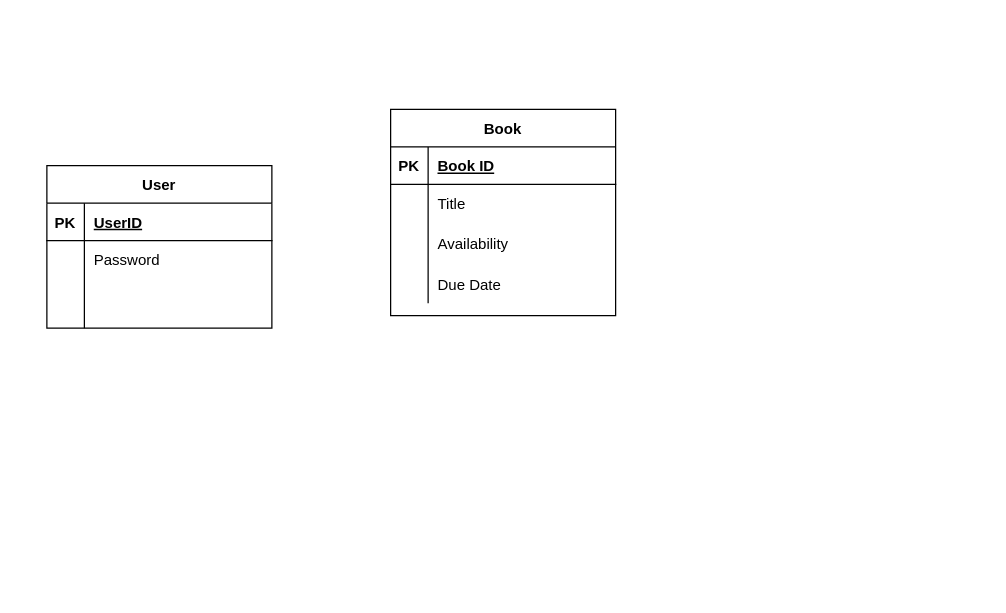
Above: page "Page-2" (2 of 3) of Untitled Diagram.drawio in kevinmingtarja/bt2102-ILS (draw.io), before the change. Source tidied: cells renumbered, new cells numbered last; positions are measured from the earlier drawing's top-left corner, leaving out a move shared by most shapes. Both pictures are drawn from the tidied source at 125%, with x=0, y=0 at pixel (46, 109).
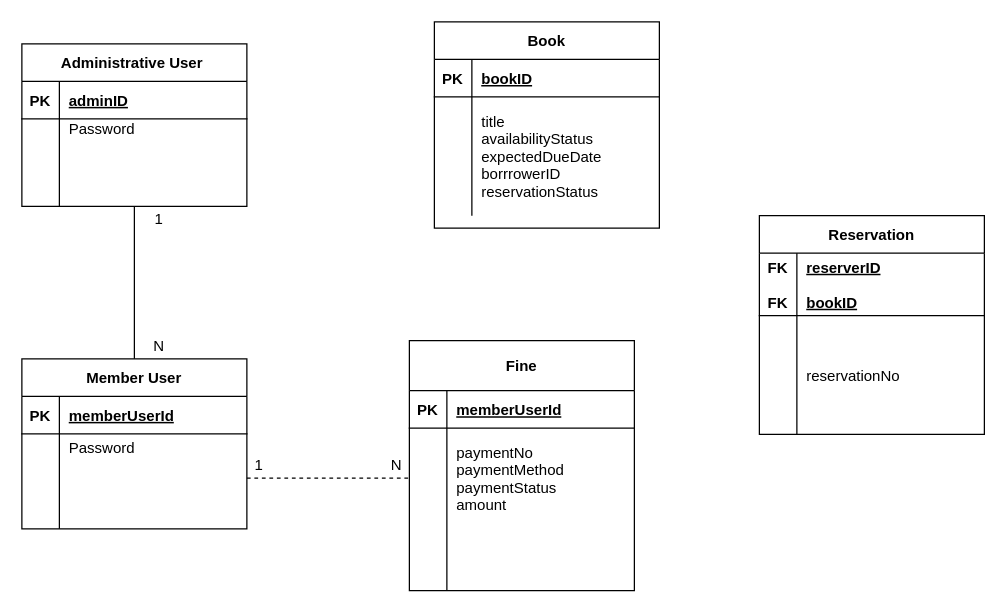
After the change.

The change refers to these unchanged cells:
```xml
<mxCell id="3" style="shape=partialRectangle;fillColor=none;top=0;left=0;bottom=1;right=0;" parent="2" vertex="1">
  <mxGeometry y="30" width="180" height="30" as="geometry" />
</mxCell>
<mxCell id="6" style="shape=partialRectangle;fillColor=none;top=0;left=0;bottom=0;right=0;" parent="2" vertex="1">
  <mxGeometry y="60" width="180" height="30" as="geometry" />
</mxCell>
<mxCell id="12" style="shape=partialRectangle;fillColor=none;top=0;left=0;bottom=0;right=0;points=[[0,0.5],[1,0.5]];portConstraint=eastwest;" parent="2" vertex="1">
  <mxGeometry y="110" width="180" height="20" as="geometry" />
</mxCell>
<mxCell id="16" style="shape=partialRectangle;fillColor=none;top=0;left=0;bottom=1;right=0;" parent="15" vertex="1">
  <mxGeometry y="30" width="180" height="30" as="geometry" />
</mxCell>
```

What changed in the source:
```diff
@@
-    <mxCell id="2" value="User" style="shape=table;startSize=30;childLayout=tableLayout;rowLines=0;fontStyle=1;align=center;" parent="1" vertex="1">
-      <mxGeometry y="45" width="180" height="130" as="geometry" />
+    <mxCell id="2" value="Administrative User " style="shape=table;startSize=30;childLayout=tableLayout;rowLines=0;fontStyle=1;align=center;" parent="1" vertex="1">
+      <mxGeometry x="-20" y="-52.5" width="180" height="130" as="geometry" />
     </mxCell>
@@
-    <mxCell id="5" value="UserID" style="shape=partialRectangle;fillColor=none;top=0;left=0;bottom=0;right=0;align=left;spacingLeft=6;fontStyle=5;overflow=hidden;" parent="3" vertex="1">
+    <mxCell id="5" value="adminID" style="shape=partialRectangle;fillColor=none;top=0;left=0;bottom=0;right=0;align=left;spacingLeft=6;fontStyle=5;overflow=hidden;" parent="3" vertex="1">
       <mxGeometry x="30" width="150" height="30" as="geometry" />
     </mxCell>
@@
-    <mxCell id="8" value="Password" style="shape=partialRectangle;fillColor=none;top=0;left=0;bottom=0;right=0;align=left;spacingLeft=6;overflow=hidden;" parent="6" vertex="1">
+    <mxCell id="8" value="Password&#10;" style="shape=partialRectangle;fillColor=none;top=0;left=0;bottom=0;right=0;align=left;spacingLeft=6;overflow=hidden;" parent="6" vertex="1">
       <mxGeometry x="30" width="150" height="30" as="geometry" />
     </mxCell>
@@
     <mxCell id="15" value="Book" style="shape=table;startSize=30;childLayout=tableLayout;rowLines=0;fontStyle=1;align=center;" parent="1" vertex="1">
-      <mxGeometry x="275" width="180" height="165" as="geometry" />
+      <mxGeometry x="310" y="-70" width="180" height="165" as="geometry" />
     </mxCell>
@@
-    <mxCell id="18" value="Book ID" style="shape=partialRectangle;fillColor=none;top=0;left=0;bottom=0;right=0;align=left;spacingLeft=6;fontStyle=5;overflow=hidden;" parent="16" vertex="1">
+    <mxCell id="18" value="bookID" style="shape=partialRectangle;fillColor=none;top=0;left=0;bottom=0;right=0;align=left;spacingLeft=6;fontStyle=5;overflow=hidden;" parent="16" vertex="1">
       <mxGeometry x="30" width="150" height="30" as="geometry" />
     </mxCell>
     <mxCell id="19" style="shape=partialRectangle;fillColor=none;top=0;left=0;bottom=0;right=0;" parent="15" vertex="1">
-      <mxGeometry y="60" width="180" height="30" as="geometry" />
+      <mxGeometry y="60" width="180" height="95" as="geometry" />
     </mxCell>
     <mxCell id="20" style="shape=partialRectangle;fillColor=none;top=0;left=0;bottom=0;right=0;overflow=hidden;" parent="19" vertex="1">
-      <mxGeometry width="30" height="30" as="geometry" />
+      <mxGeometry width="30" height="95" as="geometry" />
     </mxCell>
-    <mxCell id="21" value="Title" style="shape=partialRectangle;fillColor=none;top=0;left=0;bottom=0;right=0;align=left;spacingLeft=6;overflow=hidden;" parent="19" vertex="1">
-      <mxGeometry x="30" width="150" height="30" as="geometry" />
+    <mxCell id="21" value="title&#10;availabilityStatus&#10;expectedDueDate&#10;borrrowerID &#10;reservationStatus" style="shape=partialRectangle;fillColor=none;top=0;left=0;bottom=0;right=0;align=left;spacingLeft=6;overflow=hidden;shadow=1;" parent="19" vertex="1">
+      <mxGeometry x="30" width="150" height="95" as="geometry" />
     </mxCell>
-    <mxCell id="22" style="shape=partialRectangle;fillColor=none;top=0;left=0;bottom=0;right=0;" parent="15" vertex="1">
-      <mxGeometry y="90" width="180" height="35" as="geometry" />
-    </mxCell>
-    <mxCell id="23" style="shape=partialRectangle;fillColor=none;top=0;left=0;bottom=0;right=0;overflow=hidden;" parent="22" vertex="1">
-      <mxGeometry width="30" height="35" as="geometry" />
-    </mxCell>
-    <mxCell id="24" value="Availability" style="shape=partialRectangle;fillColor=none;top=0;left=0;bottom=0;right=0;align=left;spacingLeft=6;overflow=hidden;" parent="22" vertex="1">
-      <mxGeometry x="30" width="150" height="35" as="geometry" />
-    </mxCell>
-    <mxCell id="25" style="shape=partialRectangle;fillColor=none;top=0;left=0;bottom=0;right=0;" parent="15" vertex="1">
-      <mxGeometry y="125" width="180" height="30" as="geometry" />
-    </mxCell>
+    <mxCell id="28" value="Fine" style="shape=table;startSize=40;childLayout=tableLayout;rowLines=0;fontStyle=1;align=center;" parent="1" vertex="1">
+      <mxGeometry x="290" y="185" width="180" height="200" as="geometry" />
+    </mxCell>
+    <mxCell id="29" style="shape=partialRectangle;fillColor=none;top=0;left=0;bottom=1;right=0;" parent="28" vertex="1">
+      <mxGeometry y="40" width="180" height="30" as="geometry" />
+    </mxCell>
+    <mxCell id="30" value="PK" style="shape=partialRectangle;fillColor=none;top=0;left=0;bottom=0;right=0;fontStyle=1;overflow=hidden;" parent="29" vertex="1">
+      <mxGeometry width="30" height="30" as="geometry" />
+    </mxCell>
+    <mxCell id="31" value="memberUserId" style="shape=partialRectangle;fillColor=none;top=0;left=0;bottom=0;right=0;align=left;spacingLeft=6;fontStyle=5;overflow=hidden;" parent="29" vertex="1">
+      <mxGeometry x="30" width="150" height="30" as="geometry" />
+    </mxCell>
+    <mxCell id="32" style="shape=partialRectangle;fillColor=none;top=0;left=0;bottom=0;right=0;" parent="28" vertex="1">
+      <mxGeometry y="70" width="180" height="80" as="geometry" />
+    </mxCell>
+    <mxCell id="33" style="shape=partialRectangle;fillColor=none;top=0;left=0;bottom=0;right=0;overflow=hidden;" parent="32" vertex="1">
+      <mxGeometry width="30" height="80" as="geometry" />
+    </mxCell>
+    <mxCell id="34" value="paymentNo&#10;paymentMethod&#10;paymentStatus &#10;amount" style="shape=partialRectangle;fillColor=none;top=0;left=0;bottom=0;right=0;align=left;spacingLeft=6;overflow=hidden;" parent="32" vertex="1">
+      <mxGeometry x="30" width="150" height="80" as="geometry" />
+    </mxCell>
+    <mxCell id="35" style="shape=partialRectangle;fillColor=none;top=0;left=0;bottom=0;right=0;" parent="28" vertex="1">
+      <mxGeometry y="150" width="180" height="30" as="geometry" />
+    </mxCell>
-    <mxCell id="26" style="shape=partialRectangle;fillColor=none;top=0;left=0;bottom=0;right=0;overflow=hidden;" parent="25" vertex="1">
+    <mxCell id="26" style="shape=partialRectangle;fillColor=none;top=0;left=0;bottom=0;right=0;overflow=hidden;" parent="35" vertex="1">
       <mxGeometry width="30" height="30" as="geometry" />
     </mxCell>
-    <mxCell id="27" value="Due Date" style="shape=partialRectangle;fillColor=none;top=0;left=0;bottom=0;right=0;align=left;spacingLeft=6;overflow=hidden;" parent="25" vertex="1">
-      <mxGeometry x="30" width="150" height="30" as="geometry" />
-    </mxCell>
+    <mxCell id="36" style="shape=partialRectangle;fillColor=none;top=0;left=0;bottom=0;right=0;align=left;spacingLeft=6;overflow=hidden;" parent="35" vertex="1">
+      <mxGeometry x="30" width="150" height="30" as="geometry" />
+    </mxCell>
+    <mxCell id="37" style="shape=partialRectangle;fillColor=none;top=0;left=0;bottom=0;right=0;" parent="28" vertex="1">
+      <mxGeometry y="180" width="180" height="20" as="geometry" />
+    </mxCell>
+    <mxCell id="38" style="shape=partialRectangle;fillColor=none;top=0;left=0;bottom=0;right=0;overflow=hidden;" parent="37" vertex="1">
+      <mxGeometry width="30" height="20" as="geometry" />
+    </mxCell>
+    <mxCell id="39" style="shape=partialRectangle;fillColor=none;top=0;left=0;bottom=0;right=0;align=left;spacingLeft=6;overflow=hidden;" parent="37" vertex="1">
+      <mxGeometry x="30" width="150" height="20" as="geometry" />
+    </mxCell>
+    <mxCell id="40" value="Reservation" style="shape=table;startSize=30;childLayout=tableLayout;rowLines=0;fontStyle=1;align=center;" parent="1" vertex="1">
+      <mxGeometry x="570" y="85" width="180" height="175" as="geometry" />
+    </mxCell>
+    <mxCell id="41" style="shape=partialRectangle;fillColor=none;top=0;left=0;bottom=1;right=0;" parent="40" vertex="1">
+      <mxGeometry y="30" width="180" height="50" as="geometry" />
+    </mxCell>
+    <mxCell id="42" value="FK&#10;&#10;FK" style="shape=partialRectangle;fillColor=none;top=0;left=0;bottom=0;right=0;fontStyle=1;overflow=hidden;" parent="41" vertex="1">
+      <mxGeometry width="30" height="50" as="geometry" />
+    </mxCell>
+    <mxCell id="43" value="reserverID&#10;&#10;bookID" style="shape=partialRectangle;fillColor=none;top=0;left=0;bottom=0;right=0;align=left;spacingLeft=6;fontStyle=5;overflow=hidden;" parent="41" vertex="1">
+      <mxGeometry x="30" width="150" height="50" as="geometry" />
+    </mxCell>
+    <mxCell id="44" style="shape=partialRectangle;fillColor=none;top=0;left=0;bottom=0;right=0;" parent="40" vertex="1">
+      <mxGeometry y="80" width="180" height="95" as="geometry" />
+    </mxCell>
+    <mxCell id="45" style="shape=partialRectangle;fillColor=none;top=0;left=0;bottom=0;right=0;overflow=hidden;" parent="44" vertex="1">
+      <mxGeometry width="30" height="95" as="geometry" />
+    </mxCell>
+    <mxCell id="46" value="reservationNo" style="shape=partialRectangle;fillColor=none;top=0;left=0;bottom=0;right=0;align=left;spacingLeft=6;overflow=hidden;" parent="44" vertex="1">
+      <mxGeometry x="30" width="150" height="95" as="geometry" />
+    </mxCell>
+    <mxCell id="47" value="Member User" style="shape=table;startSize=30;childLayout=tableLayout;rowLines=0;fontStyle=1;align=center;" parent="1" vertex="1">
+      <mxGeometry x="-20" y="199.5" width="180" height="136" as="geometry" />
+    </mxCell>
+    <mxCell id="48" style="shape=partialRectangle;fillColor=none;top=0;left=0;bottom=1;right=0;" parent="47" vertex="1">
+      <mxGeometry y="30" width="180" height="30" as="geometry" />
+    </mxCell>
+    <mxCell id="49" value="PK" style="shape=partialRectangle;fillColor=none;top=0;left=0;bottom=0;right=0;fontStyle=1;overflow=hidden;" parent="48" vertex="1">
+      <mxGeometry width="30" height="30" as="geometry" />
+    </mxCell>
+    <mxCell id="50" value="memberUserId" style="shape=partialRectangle;fillColor=none;top=0;left=0;bottom=0;right=0;align=left;spacingLeft=6;fontStyle=5;overflow=hidden;" parent="48" vertex="1">
+      <mxGeometry x="30" width="150" height="30" as="geometry" />
+    </mxCell>
+    <mxCell id="51" style="shape=partialRectangle;fillColor=none;top=0;left=0;bottom=0;right=0;" parent="47" vertex="1">
+      <mxGeometry y="60" width="180" height="36" as="geometry" />
+    </mxCell>
+    <mxCell id="52" style="shape=partialRectangle;fillColor=none;top=0;left=0;bottom=0;right=0;overflow=hidden;" parent="51" vertex="1">
+      <mxGeometry width="30" height="36" as="geometry" />
+    </mxCell>
+    <mxCell id="53" value="Password&#10;" style="shape=partialRectangle;fillColor=none;top=0;left=0;bottom=0;right=0;align=left;spacingLeft=6;overflow=hidden;" parent="51" vertex="1">
+      <mxGeometry x="30" width="150" height="36" as="geometry" />
+    </mxCell>
+    <mxCell id="54" style="shape=partialRectangle;fillColor=none;top=0;left=0;bottom=0;right=0;" parent="47" vertex="1">
+      <mxGeometry y="96" width="180" height="20" as="geometry" />
+    </mxCell>
+    <mxCell id="55" style="shape=partialRectangle;fillColor=none;top=0;left=0;bottom=0;right=0;overflow=hidden;" parent="54" vertex="1">
+      <mxGeometry width="30" height="20" as="geometry" />
+    </mxCell>
+    <mxCell id="56" style="shape=partialRectangle;fillColor=none;top=0;left=0;bottom=0;right=0;align=left;spacingLeft=6;overflow=hidden;" parent="54" vertex="1">
+      <mxGeometry x="30" width="150" height="20" as="geometry" />
+    </mxCell>
+    <mxCell id="57" style="shape=partialRectangle;fillColor=none;top=0;left=0;bottom=0;right=0;" parent="47" vertex="1">
+      <mxGeometry y="116" width="180" height="20" as="geometry" />
+    </mxCell>
+    <mxCell id="58" style="shape=partialRectangle;fillColor=none;top=0;left=0;bottom=0;right=0;overflow=hidden;" parent="57" vertex="1">
+      <mxGeometry width="30" height="20" as="geometry" />
+    </mxCell>
+    <mxCell id="59" style="shape=partialRectangle;fillColor=none;top=0;left=0;bottom=0;right=0;align=left;spacingLeft=6;overflow=hidden;" parent="57" vertex="1">
+      <mxGeometry x="30" width="150" height="20" as="geometry" />
+    </mxCell>
+    <mxCell id="60" style="endArrow=none;html=1;exitX=0.5;exitY=0;exitDx=0;exitDy=0;" parent="1" edge="1" source="47" target="12">
+      <mxGeometry relative="1" as="geometry" />
+    </mxCell>
+    <mxCell id="61" value="N" style="text;html=1;strokeColor=none;fillColor=none;align=center;verticalAlign=middle;whiteSpace=wrap;rounded=0;" parent="1" vertex="1">
+      <mxGeometry x="260" y="275" width="40" height="20" as="geometry" />
+    </mxCell>
+    <mxCell id="62" value="1" style="text;html=1;strokeColor=none;fillColor=none;align=center;verticalAlign=middle;whiteSpace=wrap;rounded=0;" parent="1" vertex="1">
+      <mxGeometry x="150" y="275" width="40" height="20" as="geometry" />
+    </mxCell>
+    <mxCell id="63" value="1" style="text;html=1;strokeColor=none;fillColor=none;align=center;verticalAlign=middle;whiteSpace=wrap;rounded=0;" parent="1" vertex="1">
+      <mxGeometry x="70" y="77.5" width="40" height="20" as="geometry" />
+    </mxCell>
+    <mxCell id="64" value="N" style="text;html=1;strokeColor=none;fillColor=none;align=center;verticalAlign=middle;whiteSpace=wrap;rounded=0;" parent="1" vertex="1">
+      <mxGeometry x="70" y="179.5" width="40" height="20" as="geometry" />
+    </mxCell>
+    <mxCell id="65" style="endArrow=none;dashed=1;html=1;exitX=0.25;exitY=1;exitDx=0;exitDy=0;entryX=0.75;entryY=1;entryDx=0;entryDy=0;" parent="1" edge="1" source="62" target="61">
+      <mxGeometry relative="1" as="geometry" />
+    </mxCell>
```
